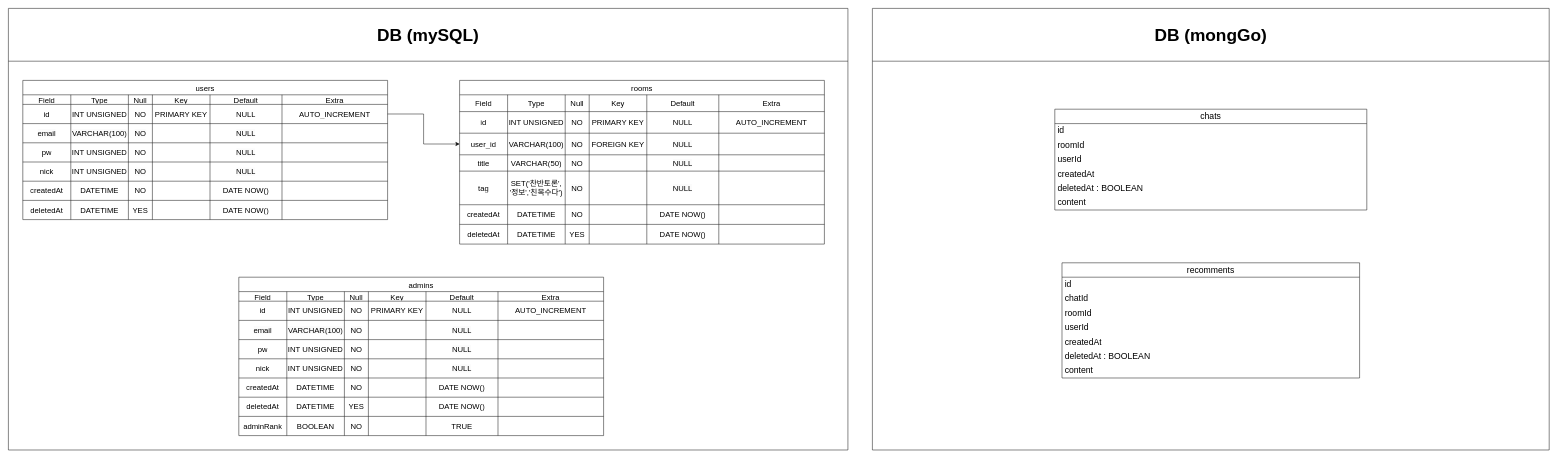
Before: projectfile/DB.drawio in oniri1/chattingSite_project, a draw.io diagram. Source tidied: cells renumbered, new cells numbered last; positions are measured from the earlier drawing's top-left corner, leaving out a move shared by most shapes. Both pictures are drawn from the tidied source at 48%, with x=0, y=0 at pixel (8, 8).
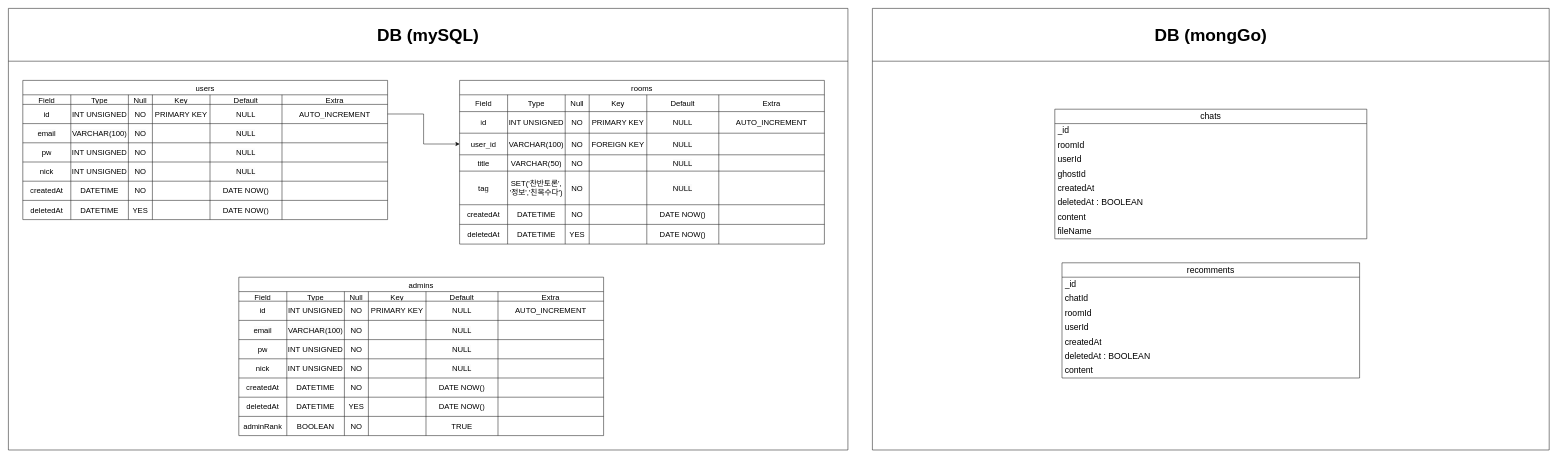
Above is the later version.

Unchanged cells that the change refers to:
```xml
<mxCell id="161" value="&lt;span style=&quot;font-size: 36px;&quot;&gt;DB (mongGo)&lt;/span&gt;" style="swimlane;whiteSpace=wrap;html=1;startSize=110;" parent="1" vertex="1">
  <mxGeometry x="1800" width="1410" height="920" as="geometry" />
</mxCell>
<mxCell id="162" value="recomments" style="swimlane;fontStyle=0;horizontal=1;startSize=30;whiteSpace=wrap;html=1;fontSize=18;" parent="161" vertex="1">
  <mxGeometry x="395" y="530" width="620" height="240" as="geometry" />
</mxCell>
```

Diff of the diagram source:
```diff
@@
-    <mxCell id="163" value="id" style="text;strokeColor=none;fillColor=none;align=left;verticalAlign=middle;spacingLeft=4;spacingRight=4;overflow=hidden;whiteSpace=wrap;html=1;fontSize=18;" parent="162" vertex="1">
+    <mxCell id="163" value="_id" style="text;strokeColor=none;fillColor=none;align=left;verticalAlign=middle;spacingLeft=4;spacingRight=4;overflow=hidden;whiteSpace=wrap;html=1;fontSize=18;" parent="162" vertex="1">
       <mxGeometry y="30" width="620" height="30" as="geometry" />
     </mxCell>
@@
     <mxCell id="170" value="chats" style="swimlane;fontStyle=0;horizontal=1;startSize=30;whiteSpace=wrap;html=1;fontSize=18;" parent="161" vertex="1">
-      <mxGeometry x="380" y="210" width="650" height="210" as="geometry" />
+      <mxGeometry x="380" y="210" width="650" height="270" as="geometry" />
     </mxCell>
-    <mxCell id="171" value="id" style="text;strokeColor=none;fillColor=none;align=left;verticalAlign=middle;spacingLeft=4;spacingRight=4;overflow=hidden;whiteSpace=wrap;html=1;fontSize=18;" parent="170" vertex="1">
+    <mxCell id="171" value="_id" style="text;strokeColor=none;fillColor=none;align=left;verticalAlign=middle;spacingLeft=4;spacingRight=4;overflow=hidden;whiteSpace=wrap;html=1;fontSize=18;" parent="170" vertex="1">
       <mxGeometry y="30" width="650" height="30" as="geometry" />
     </mxCell>
@@
+    <mxCell id="177" value="ghostId" style="text;strokeColor=none;fillColor=none;align=left;verticalAlign=middle;spacingLeft=4;spacingRight=4;overflow=hidden;whiteSpace=wrap;html=1;fontSize=18;" parent="170" vertex="1">
+      <mxGeometry y="120" width="650" height="30" as="geometry" />
+    </mxCell>
     <mxCell id="174" value="createdAt" style="text;strokeColor=none;fillColor=none;align=left;verticalAlign=middle;spacingLeft=4;spacingRight=4;overflow=hidden;whiteSpace=wrap;html=1;fontSize=18;" parent="170" vertex="1">
-      <mxGeometry y="120" width="650" height="30" as="geometry" />
+      <mxGeometry y="150" width="650" height="30" as="geometry" />
     </mxCell>
     <mxCell id="175" value="deletedAt : BOOLEAN" style="text;strokeColor=none;fillColor=none;align=left;verticalAlign=middle;spacingLeft=4;spacingRight=4;overflow=hidden;whiteSpace=wrap;html=1;fontSize=18;" parent="170" vertex="1">
-      <mxGeometry y="150" width="650" height="30" as="geometry" />
+      <mxGeometry y="180" width="650" height="30" as="geometry" />
     </mxCell>
     <mxCell id="176" value="content" style="text;strokeColor=none;fillColor=none;align=left;verticalAlign=middle;spacingLeft=4;spacingRight=4;overflow=hidden;whiteSpace=wrap;html=1;fontSize=18;" parent="170" vertex="1">
-      <mxGeometry y="180" width="650" height="30" as="geometry" />
+      <mxGeometry y="210" width="650" height="30" as="geometry" />
     </mxCell>
+    <mxCell id="178" value="fileName" style="text;strokeColor=none;fillColor=none;align=left;verticalAlign=middle;spacingLeft=4;spacingRight=4;overflow=hidden;whiteSpace=wrap;html=1;fontSize=18;" parent="170" vertex="1">
+      <mxGeometry y="240" width="650" height="30" as="geometry" />
+    </mxCell>
```
